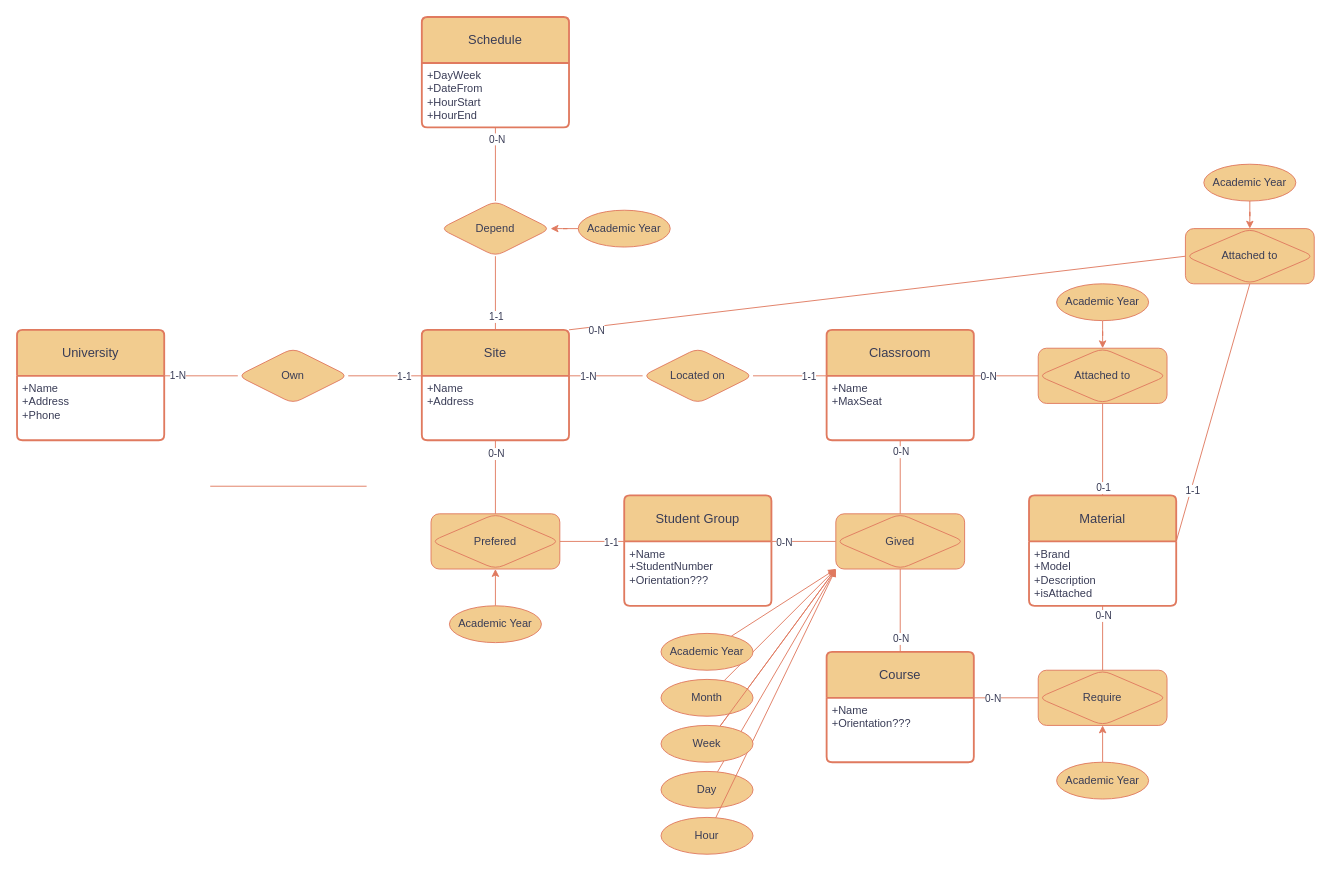
Before: EA_Diagram.drawio in fratjo/Calempus360, a draw.io diagram. Source tidied: cells renumbered, new cells numbered last; positions are measured from the earlier drawing's top-left corner, leaving out a move shared by most shapes. Both pictures are drawn from the tidied source at 92%, with x=0, y=0 at pixel (17, 17).
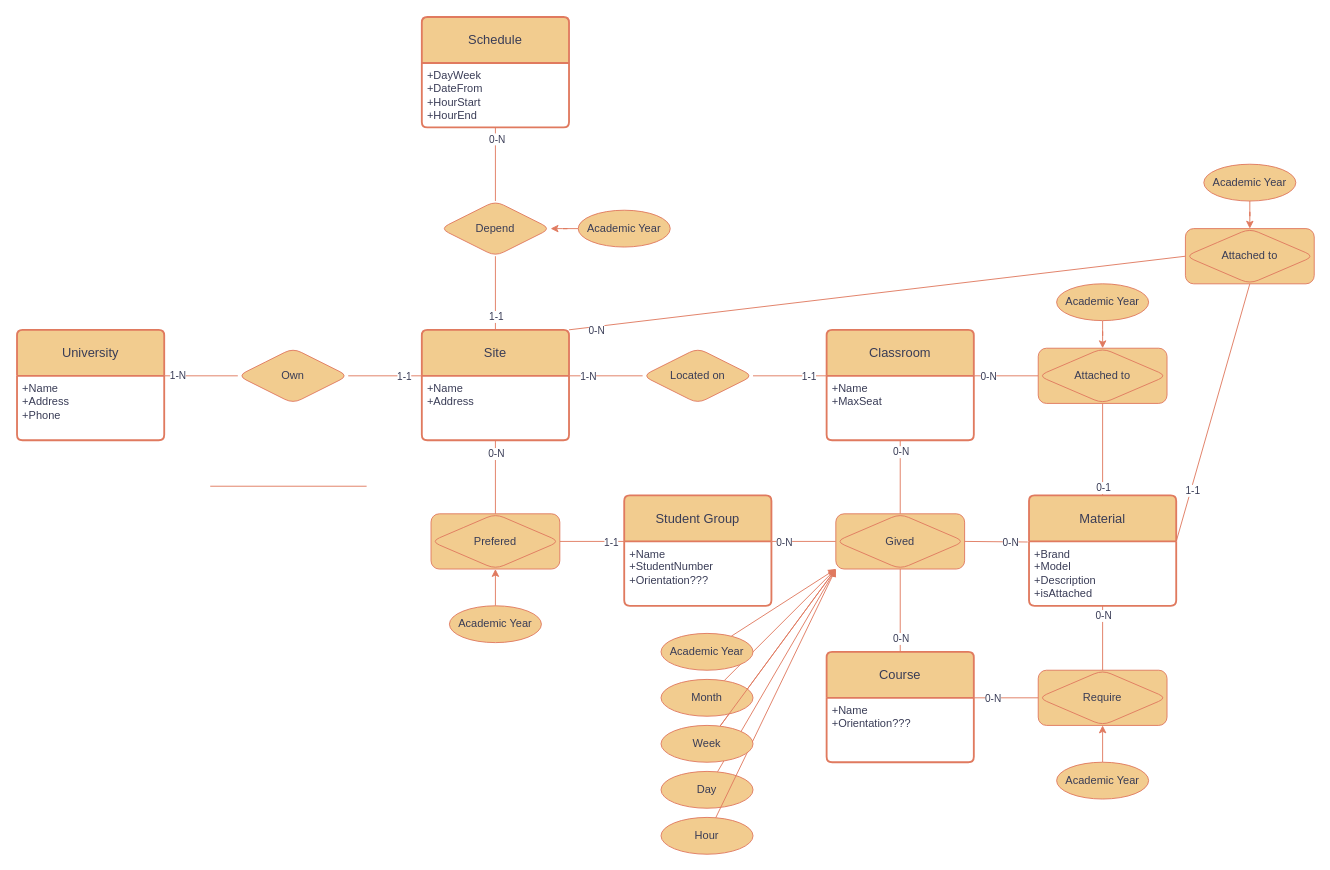
After the change.

The change refers to these unchanged cells:
```xml
<mxCell id="11" value="Material" style="swimlane;horizontal=1;startSize=50;rounded=1;fontSize=14;fontStyle=0;strokeWidth=2;shadow=0;dashed=0;align=center;arcSize=4;whiteSpace=wrap;html=1;labelBackgroundColor=none;fillColor=#F2CC8F;strokeColor=#E07A5F;fontColor=#393C56;" parent="1" vertex="1">
  <mxGeometry x="1100" y="520" width="160" height="120" as="geometry" />
</mxCell>
<mxCell id="47" value="Gived" style="shape=associativeEntity;whiteSpace=wrap;html=1;align=center;rounded=1;strokeColor=#E07A5F;fontColor=#393C56;fillColor=#F2CC8F;" parent="1" vertex="1">
  <mxGeometry x="890" y="540" width="140" height="60" as="geometry" />
</mxCell>
```

The edit, as a diff of the source:
```diff
@@
+    <mxCell id="80" style="endArrow=none;html=1;rounded=0;strokeColor=#E07A5F;fontColor=#393C56;fillColor=#F2CC8F;exitX=1;exitY=0.5;exitDx=0;exitDy=0;entryX=-0.009;entryY=0.422;entryDx=0;entryDy=0;entryPerimeter=0;" parent="1" edge="1" source="47" target="11">
+      <mxGeometry relative="1" as="geometry" />
+    </mxCell>
+    <mxCell id="81" value="0-N" style="edgeLabel;html=1;align=center;verticalAlign=middle;fontColor=#393C56;" parent="80" vertex="1">
+      <mxGeometry x="-0.62" relative="1" as="geometry">
+        <mxPoint x="37" as="offset" />
+      </mxGeometry>
+    </mxCell>
```
